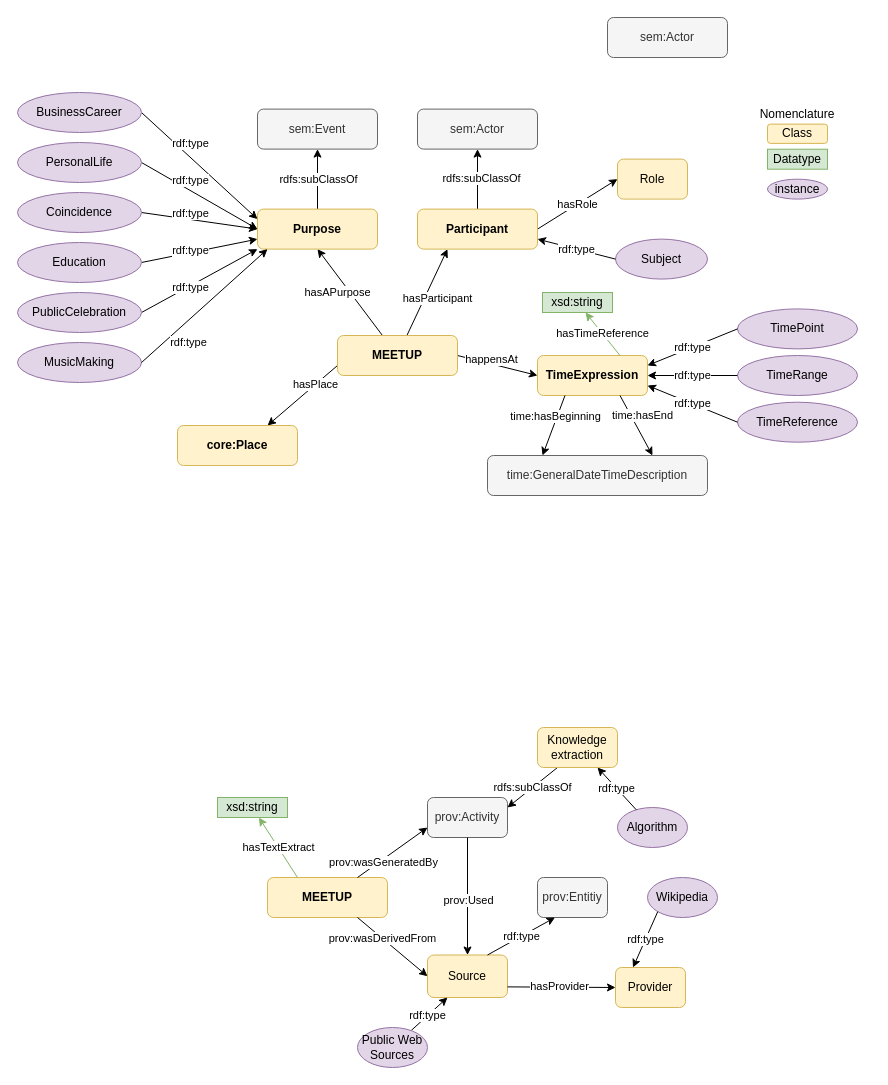
Before: page "V0.3" (1 of 3) of meetups-ont-diagram.drawio in polifonia-project/meetups-ontology, a draw.io diagram. Source tidied: cells renumbered, new cells numbered last; positions are measured from the earlier drawing's top-left corner, leaving out a move shared by most shapes. Both pictures are drawn from the tidied source at 100%, with x=0, y=0 at pixel (17, 17).
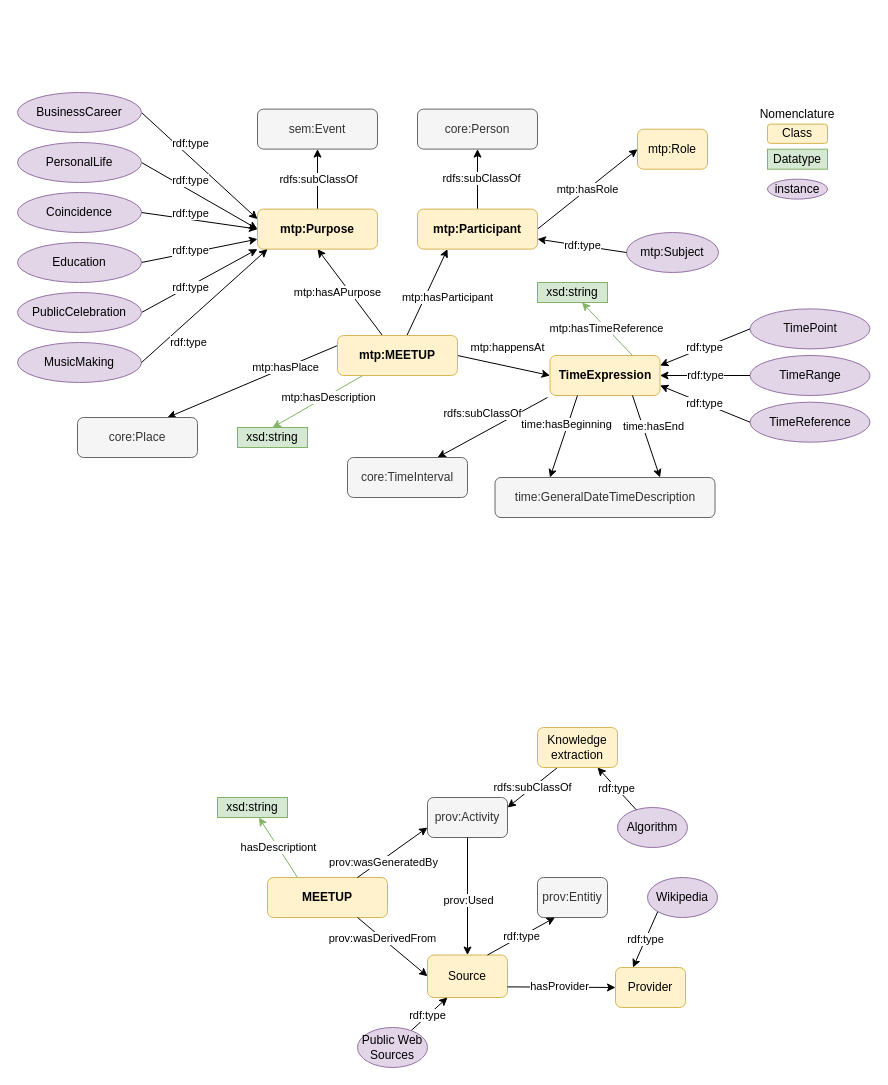
Above is the later version.

The change refers to these unchanged cells:
```xml
<mxCell id="16" style="edgeStyle=none;rounded=0;jettySize=auto;html=1;entryX=0.5;entryY=1;entryDx=0;entryDy=0;" parent="1" edge="1" source="21" target="22">
  <mxGeometry relative="1" as="geometry" />
</mxCell>
<mxCell id="79" value="xsd:string" style="rounded=0;whiteSpace=wrap;html=1;fillColor=#d5e8d4;strokeColor=#82b366;" parent="1" vertex="1">
  <mxGeometry x="200" y="780" width="70" height="20" as="geometry" />
</mxCell>
```

The edit, as a diff of the source:
```diff
@@
+    <mxCell id="81" style="rounded=0;jettySize=auto;html=1;entryX=0.75;entryY=0;entryDx=0;entryDy=0;" parent="1" edge="1" target="85">
+      <mxGeometry relative="1" as="geometry">
+        <mxPoint x="530" y="380" as="sourcePoint" />
+      </mxGeometry>
+    </mxCell>
+    <mxCell id="82" value="rdfs:subClassOf" style="edgeLabel;html=1;align=center;verticalAlign=middle;" parent="81" vertex="1">
+      <mxGeometry x="0.07" y="-1" relative="1" as="geometry">
+        <mxPoint x="-6" y="-16" as="offset" />
+      </mxGeometry>
+    </mxCell>
     <mxCell id="5" value="TimeExpression" style="rounded=1;whiteSpace=wrap;html=1;fillColor=#fff2cc;strokeColor=#d6b656;fontStyle=1;" parent="1" vertex="1">
-      <mxGeometry x="520" y="338" width="110" height="40" as="geometry" />
+      <mxGeometry x="532.5" y="338" width="110" height="40" as="geometry" />
     </mxCell>
     <mxCell id="6" value="TimePoint" style="ellipse;whiteSpace=wrap;html=1;fillColor=#e1d5e7;strokeColor=#9673a6;" parent="1" vertex="1">
-      <mxGeometry x="720" y="291.4" width="120" height="40" as="geometry" />
+      <mxGeometry x="732.5" y="291.4" width="120" height="40" as="geometry" />
     </mxCell>
     <mxCell id="7" value="TimeRange" style="ellipse;whiteSpace=wrap;html=1;fillColor=#e1d5e7;strokeColor=#9673a6;" parent="1" vertex="1">
-      <mxGeometry x="720" y="338" width="120" height="40" as="geometry" />
+      <mxGeometry x="732.5" y="338" width="120" height="40" as="geometry" />
     </mxCell>
     <mxCell id="8" value="TimeReference" style="ellipse;whiteSpace=wrap;html=1;fillColor=#e1d5e7;strokeColor=#9673a6;" parent="1" vertex="1">
-      <mxGeometry x="720" y="384.7" width="120" height="40" as="geometry" />
+      <mxGeometry x="732.5" y="384.7" width="120" height="40" as="geometry" />
     </mxCell>
@@
-    <mxCell id="13" style="edgeStyle=none;rounded=0;jettySize=auto;html=1;entryX=0.75;entryY=0;entryDx=0;entryDy=0;exitX=0;exitY=0.75;exitDx=0;exitDy=0;" parent="1" edge="1" source="21" target="27">
+    <mxCell id="13" style="edgeStyle=none;rounded=0;jettySize=auto;html=1;entryX=0.75;entryY=0;entryDx=0;entryDy=0;exitX=0;exitY=0.25;exitDx=0;exitDy=0;" parent="1" edge="1" source="21" target="27">
       <mxGeometry relative="1" as="geometry" />
     </mxCell>
-    <mxCell id="14" value="hasPlace" style="edgeLabel;html=1;align=center;verticalAlign=middle;" parent="13" vertex="1">
+    <mxCell id="14" value="mtp:hasPlace" style="edgeLabel;html=1;align=center;verticalAlign=middle;" parent="13" vertex="1">
       <mxGeometry x="-0.38" y="-1" relative="1" as="geometry" />
     </mxCell>
-    <mxCell id="15" value="hasParticipant" style="edgeStyle=none;rounded=0;jettySize=auto;html=1;entryX=0.25;entryY=1;entryDx=0;entryDy=0;" parent="1" edge="1" source="21" target="26">
-      <mxGeometry x="-0.01" y="-12" relative="1" as="geometry" />
+    <mxCell id="15" value="mtp:hasParticipant" style="edgeStyle=none;rounded=0;jettySize=auto;html=1;entryX=0.25;entryY=1;entryDx=0;entryDy=0;" parent="1" edge="1" source="21" target="26">
+      <mxGeometry x="0.08" y="-21" relative="1" as="geometry">
+        <mxPoint x="-1" as="offset" />
+      </mxGeometry>
     </mxCell>
@@
-    <mxCell id="17" value="hasAPurpose" style="edgeLabel;html=1;align=center;verticalAlign=middle;" parent="16" vertex="1">
+    <mxCell id="17" value="mtp:hasAPurpose" style="edgeLabel;html=1;align=center;verticalAlign=middle;" parent="16" vertex="1">
       <mxGeometry x="0.26" y="3" relative="1" as="geometry">
         <mxPoint x="-2" y="9" as="offset" />
       </mxGeometry>
     </mxCell>
-    <mxCell id="18" value="happensAt" style="edgeStyle=none;rounded=0;jettySize=auto;html=1;entryX=0;entryY=0.5;entryDx=0;entryDy=0;exitX=1;exitY=0.5;exitDx=0;exitDy=0;" parent="1" edge="1" source="21" target="5">
-      <mxGeometry x="-0.21" y="4" relative="1" as="geometry">
-        <mxPoint x="1" as="offset" />
-      </mxGeometry>
+    <mxCell id="18" value="mtp:happensAt" style="edgeStyle=none;rounded=0;jettySize=auto;html=1;entryX=0;entryY=0.5;entryDx=0;entryDy=0;exitX=1;exitY=0.5;exitDx=0;exitDy=0;" parent="1" edge="1" source="21" target="5">
+      <mxGeometry y="18" relative="1" as="geometry" />
     </mxCell>
@@
+    <mxCell id="83" style="edgeStyle=none;rounded=0;jettySize=auto;html=1;entryX=0.5;entryY=0;entryDx=0;entryDy=0;fillColor=#d5e8d4;strokeColor=#82b366;" parent="1" edge="1" source="21" target="86">
+      <mxGeometry relative="1" as="geometry" />
+    </mxCell>
+    <mxCell id="84" value="mtp:hasDescription" style="edgeLabel;html=1;align=center;verticalAlign=middle;" parent="83" vertex="1">
+      <mxGeometry x="-0.44" y="4" relative="1" as="geometry">
+        <mxPoint x="-12" y="4" as="offset" />
+      </mxGeometry>
+    </mxCell>
-    <mxCell id="21" value="MEETUP" style="rounded=1;whiteSpace=wrap;html=1;fillColor=#fff2cc;strokeColor=#d6b656;fontStyle=1;" parent="1" vertex="1">
+    <mxCell id="21" value="mtp:MEETUP" style="rounded=1;whiteSpace=wrap;html=1;fillColor=#fff2cc;strokeColor=#d6b656;fontStyle=1;" parent="1" vertex="1">
       <mxGeometry x="320" y="318" width="120" height="40" as="geometry" />
     </mxCell>
-    <mxCell id="22" value="Purpose" style="rounded=1;whiteSpace=wrap;html=1;fillColor=#fff2cc;strokeColor=#d6b656;fontStyle=1;" parent="1" vertex="1">
+    <mxCell id="22" value="mtp:Purpose" style="rounded=1;whiteSpace=wrap;html=1;fillColor=#fff2cc;strokeColor=#d6b656;fontStyle=1;" parent="1" vertex="1">
       <mxGeometry x="240" y="191.6" width="120" height="40" as="geometry" />
     </mxCell>
-    <mxCell id="23" value="hasRole" style="edgeStyle=none;rounded=0;jettySize=auto;html=1;exitX=1;exitY=0.5;exitDx=0;exitDy=0;entryX=0;entryY=0.5;entryDx=0;entryDy=0;" parent="1" edge="1" source="26" target="28">
+    <mxCell id="23" value="mtp:hasRole" style="edgeStyle=none;rounded=0;jettySize=auto;html=1;exitX=1;exitY=0.5;exitDx=0;exitDy=0;entryX=0;entryY=0.5;entryDx=0;entryDy=0;" parent="1" edge="1" source="26" target="28">
       <mxGeometry relative="1" as="geometry" />
     </mxCell>
@@
-    <mxCell id="26" value="Participant" style="rounded=1;whiteSpace=wrap;html=1;fillColor=#fff2cc;strokeColor=#d6b656;fontStyle=1;" parent="1" vertex="1">
+    <mxCell id="26" value="mtp:Participant" style="rounded=1;whiteSpace=wrap;html=1;fillColor=#fff2cc;strokeColor=#d6b656;fontStyle=1;" parent="1" vertex="1">
       <mxGeometry x="400" y="191.6" width="120" height="40" as="geometry" />
     </mxCell>
-    <mxCell id="27" value="core:Place" style="rounded=1;whiteSpace=wrap;html=1;fillColor=#fff2cc;strokeColor=#d6b656;fontStyle=1;" parent="1" vertex="1">
-      <mxGeometry x="160" y="408" width="120" height="40" as="geometry" />
+    <mxCell id="27" value="core:Place" style="rounded=1;whiteSpace=wrap;html=1;fillColor=#f5f5f5;strokeColor=#666666;fontStyle=0;fontColor=#333333;" parent="1" vertex="1">
+      <mxGeometry x="60" y="400" width="120" height="40" as="geometry" />
     </mxCell>
-    <mxCell id="28" value="Role" style="rounded=1;whiteSpace=wrap;html=1;fillColor=#fff2cc;strokeColor=#d6b656;" parent="1" vertex="1">
-      <mxGeometry x="600" y="141.6" width="70" height="40" as="geometry" />
+    <mxCell id="28" value="mtp:Role" style="rounded=1;whiteSpace=wrap;html=1;fillColor=#fff2cc;strokeColor=#d6b656;" parent="1" vertex="1">
+      <mxGeometry x="620" y="111.7" width="70" height="40" as="geometry" />
     </mxCell>
-    <mxCell id="29" value="Subject" style="ellipse;whiteSpace=wrap;html=1;fillColor=#e1d5e7;strokeColor=#9673a6;" parent="1" vertex="1">
-      <mxGeometry x="598" y="221.6" width="92" height="40" as="geometry" />
+    <mxCell id="29" value="mtp:Subject" style="ellipse;whiteSpace=wrap;html=1;fillColor=#e1d5e7;strokeColor=#9673a6;" parent="1" vertex="1">
+      <mxGeometry x="609" y="215" width="92" height="40" as="geometry" />
     </mxCell>
@@
-    <mxCell id="41" value="sem:Actor" style="rounded=1;whiteSpace=wrap;html=1;fillColor=#f5f5f5;strokeColor=#666666;fontColor=#333333;" parent="1" vertex="1">
+    <mxCell id="41" value="core:Person" style="rounded=1;whiteSpace=wrap;html=1;fillColor=#f5f5f5;strokeColor=#666666;fontColor=#333333;" parent="1" vertex="1">
       <mxGeometry x="400" y="91.6" width="120" height="40" as="geometry" />
     </mxCell>
@@
-    <mxCell id="51" value="hasTimeReference" style="endArrow=classic;html=1;rounded=0;exitX=0.75;exitY=0;exitDx=0;exitDy=0;fillColor=#d5e8d4;strokeColor=#82b366;" parent="1" edge="1" source="5" target="52">
+    <mxCell id="51" value="mtp:hasTimeReference" style="endArrow=classic;html=1;rounded=0;exitX=0.75;exitY=0;exitDx=0;exitDy=0;fillColor=#d5e8d4;strokeColor=#82b366;" parent="1" edge="1" source="5" target="52">
       <mxGeometry relative="1" as="geometry" />
     </mxCell>
     <mxCell id="52" value="xsd:string" style="rounded=0;whiteSpace=wrap;html=1;fillColor=#d5e8d4;strokeColor=#82b366;" parent="1" vertex="1">
-      <mxGeometry x="525" y="275" width="70" height="20" as="geometry" />
+      <mxGeometry x="520" y="265" width="70" height="20" as="geometry" />
     </mxCell>
@@
     <mxCell id="55" value="time:GeneralDateTimeDescription" style="rounded=1;whiteSpace=wrap;html=1;fillColor=#f5f5f5;strokeColor=#666666;fontColor=#333333;" parent="1" vertex="1">
-      <mxGeometry x="470" y="438" width="220" height="40" as="geometry" />
+      <mxGeometry x="477.5" y="460" width="220" height="40" as="geometry" />
     </mxCell>
@@
-    <mxCell id="78" value="hasTextExtract" style="endArrow=classic;html=1;rounded=0;fillColor=#d5e8d4;strokeColor=#82b366;" parent="1" edge="1" target="79">
+    <mxCell id="78" value="hasDescriptiont" style="endArrow=classic;html=1;rounded=0;fillColor=#d5e8d4;strokeColor=#82b366;" parent="1" edge="1" target="79">
       <mxGeometry relative="1" as="geometry">
         <mxPoint x="280" y="860" as="sourcePoint" />
       </mxGeometry>
     </mxCell>
@@
-    <mxCell id="80" value="sem:Actor" style="rounded=1;whiteSpace=wrap;html=1;fillColor=#f5f5f5;strokeColor=#666666;fontColor=#333333;" parent="1" vertex="1">
-      <mxGeometry x="590" width="120" height="40" as="geometry" />
-    </mxCell>
+    <mxCell id="85" value="core:TimeInterval" style="rounded=1;whiteSpace=wrap;html=1;fillColor=#f5f5f5;strokeColor=#666666;fontStyle=0;fontColor=#333333;" parent="1" vertex="1">
+      <mxGeometry x="330" y="440" width="120" height="40" as="geometry" />
+    </mxCell>
+    <mxCell id="86" value="xsd:string" style="rounded=0;whiteSpace=wrap;html=1;fillColor=#d5e8d4;strokeColor=#82b366;" parent="1" vertex="1">
+      <mxGeometry x="220" y="410" width="70" height="20" as="geometry" />
+    </mxCell>
```
